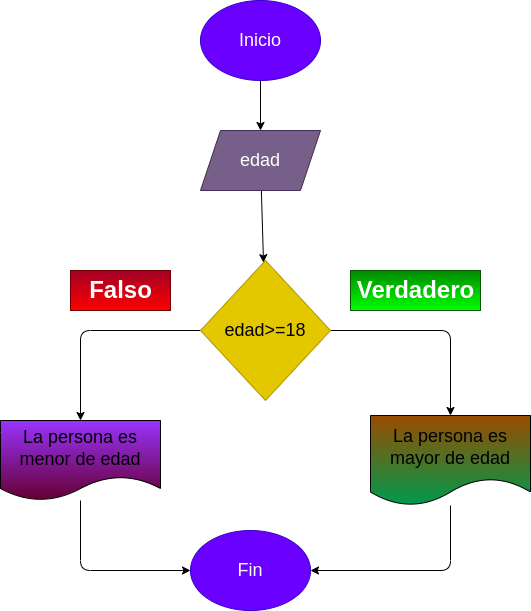
The draw.io diagram ejercicio6_precioagua/diagrama.png in juanomanino/EjerciciosIftemporal, before a commit. Source tidied: cells renumbered, new cells last; positions are measured from the earlier drawing's top-left corner, leaving out a move shared by most shapes. Source of this version:
```xml
<mxGraphModel>
  <root>
    <mxCell id="0" />
    <mxCell id="1" parent="0" />
    <mxCell id="2" style="edgeStyle=none;html=1;fontSize=18;" parent="1" edge="1" source="3" target="5">
      <mxGeometry relative="1" as="geometry" />
    </mxCell>
    <mxCell id="3" value="&lt;font style=&quot;font-size: 18px&quot;&gt;Inicio&lt;/font&gt;" style="ellipse;whiteSpace=wrap;html=1;fillColor=#6a00ff;fontColor=#ffffff;strokeColor=#3700CC;" parent="1" vertex="1">
      <mxGeometry x="200" width="120" height="80" as="geometry" />
    </mxCell>
    <mxCell id="4" style="edgeStyle=none;html=1;fontSize=18;" parent="1" edge="1" source="5" target="8">
      <mxGeometry relative="1" as="geometry" />
    </mxCell>
    <mxCell id="5" value="&lt;font style=&quot;font-size: 18px&quot;&gt;edad&lt;/font&gt;" style="shape=parallelogram;perimeter=parallelogramPerimeter;whiteSpace=wrap;html=1;fixedSize=1;fillColor=#76608a;fontColor=#ffffff;strokeColor=#432D57;" parent="1" vertex="1">
      <mxGeometry x="200" y="130" width="120" height="60" as="geometry" />
    </mxCell>
    <mxCell id="6" style="edgeStyle=none;html=1;entryX=0.5;entryY=0;entryDx=0;entryDy=0;fontSize=18;" parent="1" edge="1" source="8" target="12">
      <mxGeometry relative="1" as="geometry">
        <Array as="points">
          <mxPoint x="450" y="330" />
        </Array>
      </mxGeometry>
    </mxCell>
    <mxCell id="7" style="edgeStyle=none;html=1;exitX=0;exitY=0.5;exitDx=0;exitDy=0;entryX=0.5;entryY=0;entryDx=0;entryDy=0;fontSize=18;" parent="1" edge="1" source="8" target="10">
      <mxGeometry relative="1" as="geometry">
        <Array as="points">
          <mxPoint x="80" y="330" />
        </Array>
      </mxGeometry>
    </mxCell>
    <mxCell id="8" value="edad&amp;gt;=18" style="rhombus;whiteSpace=wrap;html=1;fontSize=18;fillColor=#e3c800;fontColor=#000000;strokeColor=#B09500;" parent="1" vertex="1">
      <mxGeometry x="200" y="260" width="130" height="140" as="geometry" />
    </mxCell>
    <mxCell id="9" style="edgeStyle=none;html=1;entryX=0;entryY=0.5;entryDx=0;entryDy=0;fontSize=18;" parent="1" edge="1" source="10" target="15">
      <mxGeometry relative="1" as="geometry">
        <Array as="points">
          <mxPoint x="80" y="570" />
        </Array>
      </mxGeometry>
    </mxCell>
    <mxCell id="10" value="La persona es menor de edad" style="shape=document;whiteSpace=wrap;html=1;boundedLbl=1;fontSize=18;fillColor=#9933FF;gradientColor=#660033;" parent="1" vertex="1">
      <mxGeometry y="420" width="160" height="80" as="geometry" />
    </mxCell>
    <mxCell id="11" style="edgeStyle=none;html=1;entryX=1;entryY=0.5;entryDx=0;entryDy=0;fontSize=18;" parent="1" edge="1" source="12" target="15">
      <mxGeometry relative="1" as="geometry">
        <Array as="points">
          <mxPoint x="450" y="570" />
        </Array>
      </mxGeometry>
    </mxCell>
    <mxCell id="12" value="La persona es mayor de edad" style="shape=document;whiteSpace=wrap;html=1;boundedLbl=1;fontSize=18;gradientColor=#00994D;fillColor=#994C00;" parent="1" vertex="1">
      <mxGeometry x="370" y="415" width="160" height="90" as="geometry" />
    </mxCell>
    <mxCell id="13" value="Falso" style="text;strokeColor=#6F0000;fillColor=#a20025;html=1;fontSize=24;fontStyle=1;verticalAlign=middle;align=center;fontColor=#ffffff;gradientColor=#FF0000;" parent="1" vertex="1">
      <mxGeometry x="70" y="270" width="100" height="40" as="geometry" />
    </mxCell>
    <mxCell id="14" value="Verdadero" style="text;strokeColor=#005700;fillColor=#008a00;html=1;fontSize=24;fontStyle=1;verticalAlign=middle;align=center;fontColor=#ffffff;gradientColor=#00FF00;" parent="1" vertex="1">
      <mxGeometry x="350" y="270" width="130" height="40" as="geometry" />
    </mxCell>
    <mxCell id="15" value="Fin" style="ellipse;whiteSpace=wrap;html=1;fontSize=18;fillColor=#6a00ff;fontColor=#ffffff;strokeColor=#3700CC;" parent="1" vertex="1">
      <mxGeometry x="190" y="530" width="120" height="80" as="geometry" />
    </mxCell>
  </root>
</mxGraphModel>
```
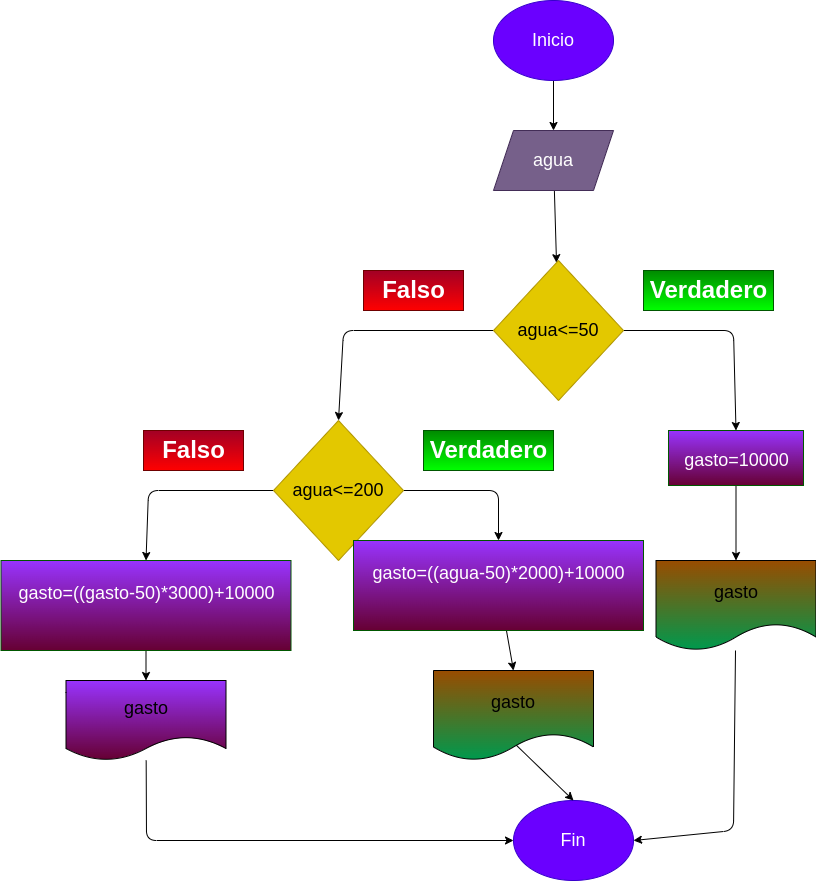
Above is the later version.

The edit, as a diff of the source:
```diff
@@ -11,45 +11,35 @@
     <mxCell id="4" style="edgeStyle=none;html=1;fontSize=18;" parent="1" edge="1" source="5" target="8">
       <mxGeometry relative="1" as="geometry" />
     </mxCell>
-    <mxCell id="5" value="&lt;font style=&quot;font-size: 18px&quot;&gt;edad&lt;/font&gt;" style="shape=parallelogram;perimeter=parallelogramPerimeter;whiteSpace=wrap;html=1;fixedSize=1;fillColor=#76608a;fontColor=#ffffff;strokeColor=#432D57;" parent="1" vertex="1">
+    <mxCell id="5" value="&lt;font style=&quot;font-size: 18px&quot;&gt;agua&lt;/font&gt;" style="shape=parallelogram;perimeter=parallelogramPerimeter;whiteSpace=wrap;html=1;fixedSize=1;fillColor=#76608a;fontColor=#ffffff;strokeColor=#432D57;" parent="1" vertex="1">
       <mxGeometry x="200" y="130" width="120" height="60" as="geometry" />
     </mxCell>
-    <mxCell id="6" style="edgeStyle=none;html=1;entryX=0.5;entryY=0;entryDx=0;entryDy=0;fontSize=18;" parent="1" edge="1" source="8" target="12">
-      <mxGeometry relative="1" as="geometry">
-        <Array as="points">
-          <mxPoint x="450" y="330" />
-        </Array>
-      </mxGeometry>
-    </mxCell>
-    <mxCell id="7" style="edgeStyle=none;html=1;exitX=0;exitY=0.5;exitDx=0;exitDy=0;entryX=0.5;entryY=0;entryDx=0;entryDy=0;fontSize=18;" parent="1" edge="1" source="8" target="10">
-      <mxGeometry relative="1" as="geometry">
-        <Array as="points">
-          <mxPoint x="80" y="330" />
-        </Array>
-      </mxGeometry>
-    </mxCell>
+    <mxCell id="16" style="edgeStyle=none;html=1;entryX=0.5;entryY=0;entryDx=0;entryDy=0;fontSize=18;" parent="1" edge="1" source="8" target="19">
+      <mxGeometry relative="1" as="geometry">
+        <Array as="points">
+          <mxPoint x="440" y="330" />
+        </Array>
+      </mxGeometry>
+    </mxCell>
+    <mxCell id="17" style="edgeStyle=none;html=1;entryX=0.5;entryY=0;entryDx=0;entryDy=0;fontSize=18;" parent="1" edge="1" source="8" target="24">
+      <mxGeometry relative="1" as="geometry">
+        <Array as="points">
+          <mxPoint x="50" y="330" />
+        </Array>
+      </mxGeometry>
+    </mxCell>
-    <mxCell id="8" value="edad&amp;gt;=18" style="rhombus;whiteSpace=wrap;html=1;fontSize=18;fillColor=#e3c800;fontColor=#000000;strokeColor=#B09500;" parent="1" vertex="1">
+    <mxCell id="8" value="agua&amp;lt;=50" style="rhombus;whiteSpace=wrap;html=1;fontSize=18;fillColor=#e3c800;fontColor=#000000;strokeColor=#B09500;" parent="1" vertex="1">
       <mxGeometry x="200" y="260" width="130" height="140" as="geometry" />
     </mxCell>
-    <mxCell id="9" style="edgeStyle=none;html=1;entryX=0;entryY=0.5;entryDx=0;entryDy=0;fontSize=18;" parent="1" edge="1" source="10" target="15">
-      <mxGeometry relative="1" as="geometry">
-        <Array as="points">
-          <mxPoint x="80" y="570" />
-        </Array>
-      </mxGeometry>
-    </mxCell>
-    <mxCell id="10" value="La persona es menor de edad" style="shape=document;whiteSpace=wrap;html=1;boundedLbl=1;fontSize=18;fillColor=#9933FF;gradientColor=#660033;" parent="1" vertex="1">
-      <mxGeometry y="420" width="160" height="80" as="geometry" />
-    </mxCell>
     <mxCell id="11" style="edgeStyle=none;html=1;entryX=1;entryY=0.5;entryDx=0;entryDy=0;fontSize=18;" parent="1" edge="1" source="12" target="15">
       <mxGeometry relative="1" as="geometry">
         <Array as="points">
-          <mxPoint x="450" y="570" />
+          <mxPoint x="440" y="830" />
         </Array>
       </mxGeometry>
     </mxCell>
-    <mxCell id="12" value="La persona es mayor de edad" style="shape=document;whiteSpace=wrap;html=1;boundedLbl=1;fontSize=18;gradientColor=#00994D;fillColor=#994C00;" parent="1" vertex="1">
-      <mxGeometry x="370" y="415" width="160" height="90" as="geometry" />
+    <mxCell id="12" value="gasto" style="shape=document;whiteSpace=wrap;html=1;boundedLbl=1;fontSize=18;gradientColor=#00994D;fillColor=#994C00;" parent="1" vertex="1">
+      <mxGeometry x="362.5" y="560" width="160" height="90" as="geometry" />
     </mxCell>
     <mxCell id="13" value="Falso" style="text;strokeColor=#6F0000;fillColor=#a20025;html=1;fontSize=24;fontStyle=1;verticalAlign=middle;align=center;fontColor=#ffffff;gradientColor=#FF0000;" parent="1" vertex="1">
       <mxGeometry x="70" y="270" width="100" height="40" as="geometry" />
@@ -58,7 +48,64 @@
       <mxGeometry x="350" y="270" width="130" height="40" as="geometry" />
     </mxCell>
     <mxCell id="15" value="Fin" style="ellipse;whiteSpace=wrap;html=1;fontSize=18;fillColor=#6a00ff;fontColor=#ffffff;strokeColor=#3700CC;" parent="1" vertex="1">
-      <mxGeometry x="190" y="530" width="120" height="80" as="geometry" />
+      <mxGeometry x="220" y="800" width="120" height="80" as="geometry" />
     </mxCell>
+    <mxCell id="18" style="edgeStyle=none;html=1;entryX=0.5;entryY=0;entryDx=0;entryDy=0;fontSize=18;" parent="1" edge="1" source="19" target="12">
+      <mxGeometry relative="1" as="geometry" />
+    </mxCell>
+    <mxCell id="19" value="&lt;span style=&quot;font-weight: normal&quot;&gt;&lt;font style=&quot;font-size: 18px&quot;&gt;gasto=10000&lt;/font&gt;&lt;/span&gt;" style="text;strokeColor=#005700;fillColor=#9933FF;html=1;fontSize=24;fontStyle=1;verticalAlign=middle;align=center;fontColor=#ffffff;gradientColor=#660033;" parent="1" vertex="1">
+      <mxGeometry x="375" y="430" width="135" height="55" as="geometry" />
+    </mxCell>
+    <mxCell id="20" style="edgeStyle=none;html=1;fontSize=18;entryX=0;entryY=0.5;entryDx=0;entryDy=0;" parent="1" edge="1" source="21" target="15">
+      <mxGeometry relative="1" as="geometry">
+        <Array as="points">
+          <mxPoint x="-147" y="840" />
+        </Array>
+      </mxGeometry>
+    </mxCell>
+    <mxCell id="21" value="gasto" style="shape=document;whiteSpace=wrap;html=1;boundedLbl=1;fontSize=18;fillColor=#9933FF;gradientColor=#660033;" parent="1" vertex="1">
+      <mxGeometry x="-227.5" y="680" width="160" height="80" as="geometry" />
+    </mxCell>
+    <mxCell id="22" style="edgeStyle=none;html=1;exitX=0;exitY=0.5;exitDx=0;exitDy=0;fontSize=18;entryX=0.5;entryY=0;entryDx=0;entryDy=0;" parent="1" edge="1" source="24" target="32">
+      <mxGeometry relative="1" as="geometry">
+        <Array as="points">
+          <mxPoint x="-145" y="490" />
+        </Array>
+      </mxGeometry>
+    </mxCell>
+    <mxCell id="23" style="edgeStyle=none;html=1;entryX=0.5;entryY=0;entryDx=0;entryDy=0;fontSize=18;" parent="1" edge="1" source="24" target="30">
+      <mxGeometry relative="1" as="geometry">
+        <Array as="points">
+          <mxPoint x="205" y="490" />
+        </Array>
+      </mxGeometry>
+    </mxCell>
+    <mxCell id="24" value="agua&amp;lt;=200" style="rhombus;whiteSpace=wrap;html=1;fontSize=18;fillColor=#e3c800;fontColor=#000000;strokeColor=#B09500;" parent="1" vertex="1">
+      <mxGeometry x="-20" y="420" width="130" height="140" as="geometry" />
+    </mxCell>
+    <mxCell id="25" style="edgeStyle=none;html=1;entryX=0.5;entryY=0;entryDx=0;entryDy=0;fontSize=18;exitX=0.513;exitY=0.822;exitDx=0;exitDy=0;exitPerimeter=0;" parent="1" edge="1" source="26" target="15">
+      <mxGeometry relative="1" as="geometry" />
+    </mxCell>
+    <mxCell id="26" value="gasto" style="shape=document;whiteSpace=wrap;html=1;boundedLbl=1;fontSize=18;gradientColor=#00994D;fillColor=#994C00;" parent="1" vertex="1">
+      <mxGeometry x="140" y="670" width="160" height="90" as="geometry" />
+    </mxCell>
+    <mxCell id="27" value="Falso" style="text;strokeColor=#6F0000;fillColor=#a20025;html=1;fontSize=24;fontStyle=1;verticalAlign=middle;align=center;fontColor=#ffffff;gradientColor=#FF0000;" parent="1" vertex="1">
+      <mxGeometry x="-150" y="430" width="100" height="40" as="geometry" />
+    </mxCell>
+    <mxCell id="28" value="Verdadero" style="text;strokeColor=#005700;fillColor=#008a00;html=1;fontSize=24;fontStyle=1;verticalAlign=middle;align=center;fontColor=#ffffff;gradientColor=#00FF00;" parent="1" vertex="1">
+      <mxGeometry x="130" y="430" width="130" height="40" as="geometry" />
+    </mxCell>
+    <mxCell id="29" style="edgeStyle=none;html=1;entryX=0.5;entryY=0;entryDx=0;entryDy=0;fontSize=18;" parent="1" edge="1" source="30" target="26">
+      <mxGeometry relative="1" as="geometry" />
+    </mxCell>
+    <mxCell id="30" value="&lt;span style=&quot;font-weight: normal&quot;&gt;&lt;font style=&quot;font-size: 18px&quot;&gt;gasto=((agua-50)*2000)+10000&lt;br&gt;&lt;br&gt;&lt;/font&gt;&lt;/span&gt;" style="text;strokeColor=#005700;fillColor=#9933FF;html=1;fontSize=24;fontStyle=1;verticalAlign=middle;align=center;fontColor=#ffffff;gradientColor=#660033;" parent="1" vertex="1">
+      <mxGeometry x="60" y="540" width="290" height="90" as="geometry" />
+    </mxCell>
+    <mxCell id="31" style="edgeStyle=none;html=1;fontSize=18;" parent="1" edge="1" source="32" target="21">
+      <mxGeometry relative="1" as="geometry" />
+    </mxCell>
+    <mxCell id="32" value="&lt;span style=&quot;font-weight: normal&quot;&gt;&lt;font style=&quot;font-size: 18px&quot;&gt;gasto=((gasto-50)*3000)+10000&lt;br&gt;&lt;br&gt;&lt;/font&gt;&lt;/span&gt;" style="text;strokeColor=#005700;fillColor=#9933FF;html=1;fontSize=24;fontStyle=1;verticalAlign=middle;align=center;fontColor=#ffffff;gradientColor=#660033;" parent="1" vertex="1">
+      <mxGeometry x="-292.5" y="560" width="290" height="90" as="geometry" />
+    </mxCell>
   </root>
 </mxGraphModel>
```
